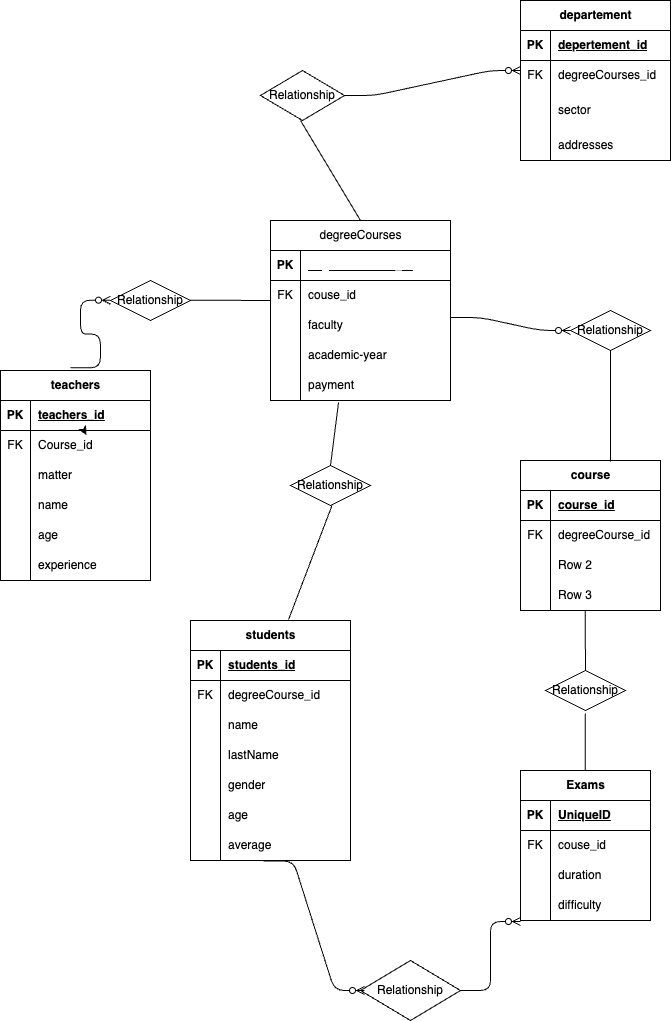
Before: schema.png, a diagram exported from draw.io (CristianBuonocore02/db-university). Source tidied: cells renumbered, new cells last; positions are measured from the earlier drawing's top-left corner, leaving out a move shared by most shapes.
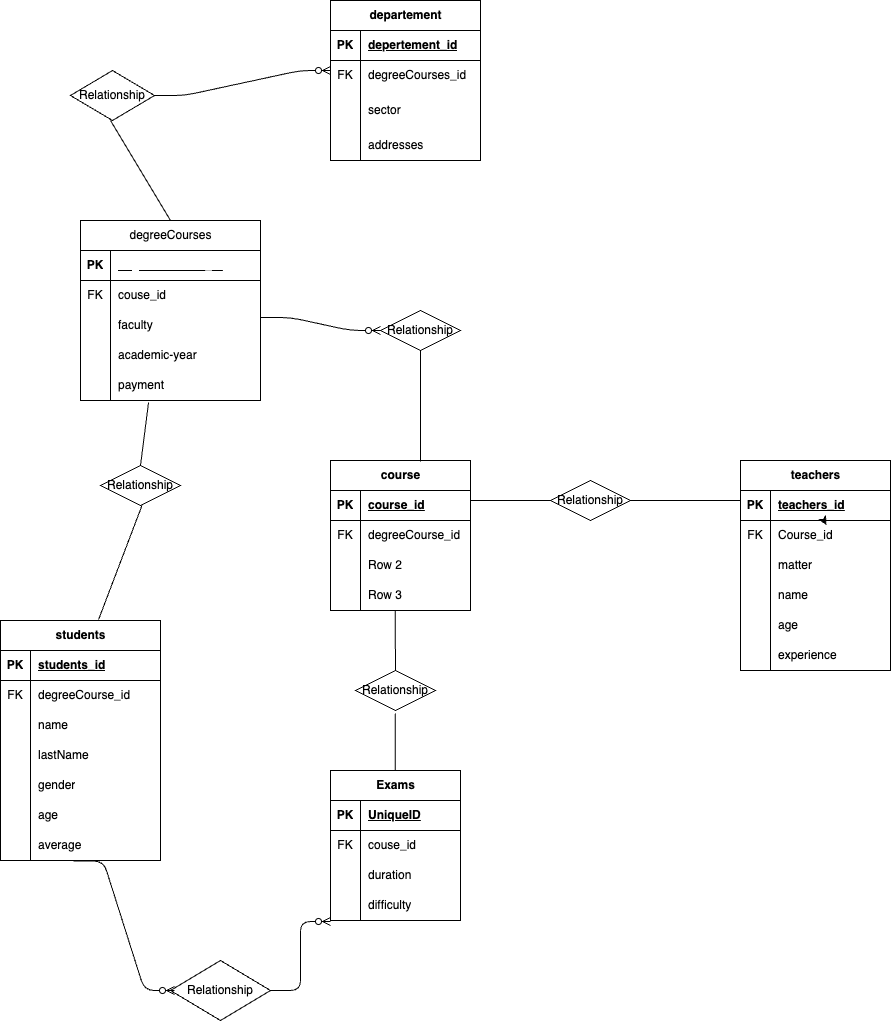
After the change.

Commit message:
Update database schema image

Diff of the diagram source:
```diff
@@ -168,7 +168,7 @@
       <mxGeometry x="30" width="150" height="30" as="geometry" />
     </mxCell>
     <mxCell id="57" value="teachers" style="shape=table;startSize=30;rowLines=0;fontStyle=1;align=center;html=1;" parent="1" vertex="1">
-      <mxGeometry y="370" width="150" height="210" as="geometry" />
+      <mxGeometry x="930" y="460" width="150" height="210" as="geometry" />
     </mxCell>
     <mxCell id="58" style="shape=tableRow;horizontal=0;startSize=0;swimlaneHead=0;swimlaneBody=0;fillColor=none;points=[[0,0.5],[1,0.5]];portConstraint=eastwest;top=0;left=0;right=0;bottom=1;" parent="57" vertex="1">
       <mxGeometry y="30" width="150" height="30" as="geometry" />
@@ -294,16 +294,11 @@
       <mxGeometry x="30" width="130" height="30" as="geometry" />
     </mxCell>
     <mxCell id="99" value="Relationship" style="shape=rhombus;perimeter=rhombusPerimeter;whiteSpace=wrap;html=1;align=center;" parent="1" vertex="1">
-      <mxGeometry x="110" y="280" width="80" height="40" as="geometry" />
+      <mxGeometry x="740" y="480" width="80" height="40" as="geometry" />
     </mxCell>
     <mxCell id="100" value="Relationship" style="shape=rhombus;perimeter=rhombusPerimeter;whiteSpace=wrap;html=1;align=center;" parent="1" vertex="1">
       <mxGeometry x="545" y="670" width="80" height="40" as="geometry" />
     </mxCell>
-    <mxCell id="101" style="edgeStyle=entityRelationEdgeStyle;fontSize=12;html=1;endArrow=ERzeroToMany;endFill=1;exitX=0.466;exitY=-0.013;exitDx=0;exitDy=0;exitPerimeter=0;" parent="1" edge="1" source="57">
-      <mxGeometry relative="1" as="geometry">
-        <mxPoint x="110" y="299.7" as="targetPoint" />
-      </mxGeometry>
-    </mxCell>
     <mxCell id="102" style="endArrow=none;html=1;rounded=0;entryX=0.5;entryY=0;entryDx=0;entryDy=0;" parent="1" edge="1" target="41">
       <mxGeometry relative="1" as="geometry">
         <mxPoint x="300" y="120" as="sourcePoint" />
@@ -320,12 +315,6 @@
         <mxPoint x="584.7" y="770" as="targetPoint" />
       </mxGeometry>
     </mxCell>
-    <mxCell id="105" style="endArrow=none;html=1;rounded=0;" parent="1" edge="1">
-      <mxGeometry relative="1" as="geometry">
-        <mxPoint x="190" y="299.7" as="sourcePoint" />
-        <mxPoint x="270" y="300" as="targetPoint" />
-      </mxGeometry>
-    </mxCell>
     <mxCell id="106" value="Relationship" style="shape=rhombus;perimeter=rhombusPerimeter;whiteSpace=wrap;html=1;align=center;" parent="1" vertex="1">
       <mxGeometry x="290" y="465" width="80" height="40" as="geometry" />
     </mxCell>
@@ -372,5 +361,11 @@
         </Array>
       </mxGeometry>
     </mxCell>
+    <mxCell id="117" style="line;strokeWidth=1;dashed=0;labelPosition=right;align=left;verticalAlign=middle;spacingTop=0;spacingLeft=6;" parent="1" vertex="1">
+      <mxGeometry x="660" y="495" width="80" height="10" as="geometry" />
+    </mxCell>
+    <mxCell id="118" style="line;strokeWidth=1;dashed=0;labelPosition=right;align=left;verticalAlign=middle;spacingTop=0;spacingLeft=6;" parent="1" vertex="1">
+      <mxGeometry x="820" y="495" width="110" height="10" as="geometry" />
+    </mxCell>
   </root>
 </mxGraphModel>
```
